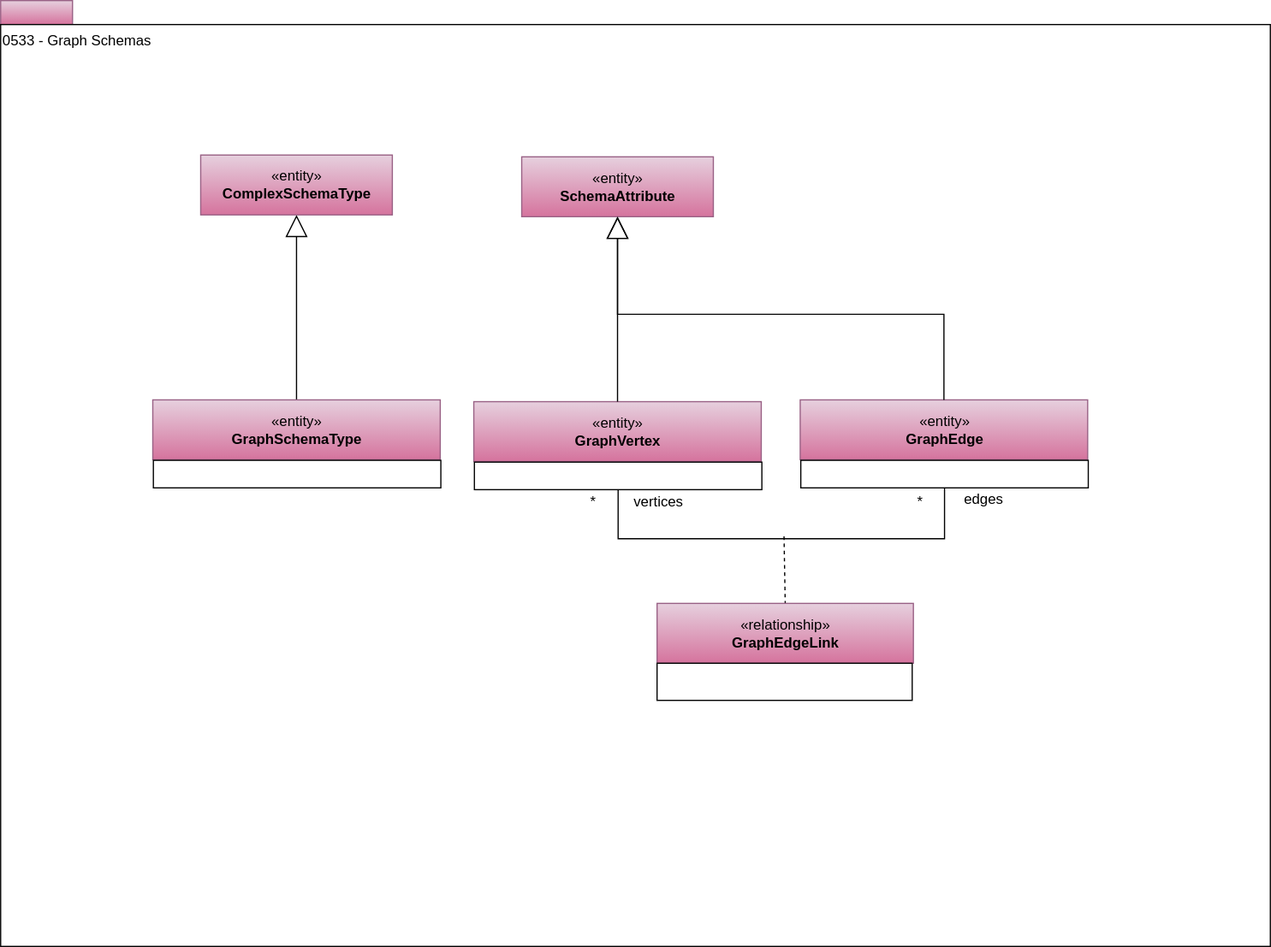
Earlier version of the draw.io export site/docs/types/5/0533-Graph-Schemas.svg (odpi/egeria-docs). Source tidied: cells renumbered, new cells last; positions are measured from the earlier drawing's top-left corner, leaving out a move shared by most shapes. The source it was exported from:
```xml
<mxGraphModel>
  <root>
    <mxCell id="0" />
    <mxCell id="1" parent="0" />
    <mxCell id="2" style="rounded=0;whiteSpace=wrap;html=1;align=left;fillColor=#e6d0de;strokeColor=#996185;gradientColor=#d5739d;" parent="1" vertex="1">
      <mxGeometry width="60" height="20" as="geometry" />
    </mxCell>
    <mxCell id="3" value="0533 - Graph Schemas" style="rounded=0;whiteSpace=wrap;html=1;align=left;verticalAlign=top;" parent="1" vertex="1">
      <mxGeometry y="20" width="1060" height="770" as="geometry" />
    </mxCell>
    <mxCell id="4" style="edgeStyle=orthogonalEdgeStyle;rounded=0;jettySize=auto;html=1;exitX=0.5;exitY=1;exitDx=0;exitDy=0;entryX=0.5;entryY=1;entryDx=0;entryDy=0;endArrow=none;endFill=0;" parent="1" edge="1" source="21" target="18">
      <mxGeometry relative="1" as="geometry">
        <Array as="points">
          <mxPoint x="788" y="449.5" />
          <mxPoint x="516" y="449.5" />
        </Array>
      </mxGeometry>
    </mxCell>
    <mxCell id="5" value="«entity»&lt;br&gt;&lt;b&gt;SchemaAttribute&lt;/b&gt;" style="html=1;strokeColor=#996185;align=center;fillColor=#e6d0de;gradientColor=#d5739d;" parent="1" vertex="1">
      <mxGeometry x="435" y="130.5" width="160" height="50" as="geometry" />
    </mxCell>
    <mxCell id="6" value="*" style="text;html=1;strokeColor=none;fillColor=none;align=center;verticalAlign=middle;whiteSpace=wrap;rounded=0;" parent="1" vertex="1">
      <mxGeometry x="748" y="408.5" width="40" height="20" as="geometry" />
    </mxCell>
    <mxCell id="7" value="edges" style="text;html=1;strokeColor=none;fillColor=none;align=center;verticalAlign=middle;whiteSpace=wrap;rounded=0;" parent="1" vertex="1">
      <mxGeometry x="787.5" y="407" width="66" height="20" as="geometry" />
    </mxCell>
    <mxCell id="8" value="*" style="text;html=1;strokeColor=none;fillColor=none;align=center;verticalAlign=middle;whiteSpace=wrap;rounded=0;" parent="1" vertex="1">
      <mxGeometry x="474.5" y="408.5" width="40" height="20" as="geometry" />
    </mxCell>
    <mxCell id="9" value="vertices" style="text;html=1;strokeColor=none;fillColor=none;align=center;verticalAlign=middle;whiteSpace=wrap;rounded=0;" parent="1" vertex="1">
      <mxGeometry x="515.5" y="408.5" width="67" height="20" as="geometry" />
    </mxCell>
    <mxCell id="10" style="endArrow=none;dashed=1;html=1;entryX=0.5;entryY=0;entryDx=0;entryDy=0;" parent="1" edge="1" target="23">
      <mxGeometry relative="1" as="geometry">
        <mxPoint x="654" y="447.5" as="sourcePoint" />
      </mxGeometry>
    </mxCell>
    <mxCell id="11" style="edgeStyle=orthogonalEdgeStyle;rounded=0;jettySize=auto;html=1;exitX=0.5;exitY=0;exitDx=0;exitDy=0;entryX=0.5;entryY=1;entryDx=0;entryDy=0;startSize=6;endArrow=block;endFill=0;endSize=16;" parent="1" edge="1" source="14" target="12">
      <mxGeometry relative="1" as="geometry" />
    </mxCell>
    <mxCell id="12" value="«entity»&lt;br&gt;&lt;b&gt;ComplexSchemaType&lt;/b&gt;" style="html=1;strokeColor=#996185;align=center;fillColor=#e6d0de;gradientColor=#d5739d;" parent="1" vertex="1">
      <mxGeometry x="167" y="129" width="160" height="50" as="geometry" />
    </mxCell>
    <mxCell id="13" style="group;" parent="1" vertex="1">
      <mxGeometry x="127" y="333.5" width="240.5" height="73.5" as="geometry" />
    </mxCell>
    <mxCell id="14" value="«entity»&lt;br&gt;&lt;b&gt;GraphSchemaType&lt;/b&gt;" style="html=1;strokeColor=#996185;align=center;fillColor=#e6d0de;gradientColor=#d5739d;" parent="13" vertex="1">
      <mxGeometry width="240" height="50" as="geometry" />
    </mxCell>
    <mxCell id="15" style="rounded=0;whiteSpace=wrap;html=1;strokeColor=#000000;gradientColor=#ffffff;align=left;" parent="13" vertex="1">
      <mxGeometry x="0.5" y="50.5" width="240" height="23" as="geometry" />
    </mxCell>
    <mxCell id="16" style="group;" parent="1" vertex="1">
      <mxGeometry x="395" y="335" width="240.5" height="73.5" as="geometry" />
    </mxCell>
    <mxCell id="17" value="«entity»&lt;br&gt;&lt;b&gt;GraphVertex&lt;/b&gt;" style="html=1;strokeColor=#996185;align=center;fillColor=#e6d0de;gradientColor=#d5739d;" parent="16" vertex="1">
      <mxGeometry width="240" height="50" as="geometry" />
    </mxCell>
    <mxCell id="18" style="rounded=0;whiteSpace=wrap;html=1;strokeColor=#000000;gradientColor=#ffffff;align=left;" parent="16" vertex="1">
      <mxGeometry x="0.5" y="50.5" width="240" height="23" as="geometry" />
    </mxCell>
    <mxCell id="19" style="group;" parent="1" vertex="1">
      <mxGeometry x="667.5" y="333.5" width="240.5" height="73.5" as="geometry" />
    </mxCell>
    <mxCell id="20" value="«entity»&lt;br&gt;&lt;b&gt;GraphEdge&lt;/b&gt;" style="html=1;strokeColor=#996185;align=center;fillColor=#e6d0de;gradientColor=#d5739d;" parent="19" vertex="1">
      <mxGeometry width="240" height="50" as="geometry" />
    </mxCell>
    <mxCell id="21" style="rounded=0;whiteSpace=wrap;html=1;strokeColor=#000000;gradientColor=#ffffff;align=left;" parent="19" vertex="1">
      <mxGeometry x="0.5" y="50.5" width="240" height="23" as="geometry" />
    </mxCell>
    <mxCell id="22" style="group;" parent="1" vertex="1">
      <mxGeometry x="548" y="503.5" width="214" height="81" as="geometry" />
    </mxCell>
    <mxCell id="23" value="«relationship»&lt;br&gt;&lt;b&gt;GraphEdgeLink&lt;/b&gt;" style="html=1;strokeColor=#996185;align=center;fillColor=#e6d0de;gradientColor=#d5739d;" parent="22" vertex="1">
      <mxGeometry width="214" height="50" as="geometry" />
    </mxCell>
    <mxCell id="24" value="&lt;div style=&quot;text-align: left&quot;&gt;&lt;br&gt;&lt;/div&gt;" style="rounded=0;whiteSpace=wrap;html=1;strokeColor=#000000;gradientColor=#ffffff;align=left;" parent="22" vertex="1">
      <mxGeometry y="50" width="213" height="31" as="geometry" />
    </mxCell>
    <mxCell id="25" style="edgeStyle=orthogonalEdgeStyle;rounded=0;jettySize=auto;html=1;exitX=0.5;exitY=0;exitDx=0;exitDy=0;entryX=0.5;entryY=1;entryDx=0;entryDy=0;startSize=6;endArrow=block;endFill=0;endSize=16;" parent="1" edge="1" source="17" target="5">
      <mxGeometry relative="1" as="geometry" />
    </mxCell>
    <mxCell id="26" style="edgeStyle=orthogonalEdgeStyle;rounded=0;jettySize=auto;html=1;exitX=0.5;exitY=0;exitDx=0;exitDy=0;startSize=6;endArrow=block;endFill=0;endSize=16;entryX=0.5;entryY=1;entryDx=0;entryDy=0;" parent="1" edge="1" source="20" target="5">
      <mxGeometry relative="1" as="geometry" />
    </mxCell>
  </root>
</mxGraphModel>
```
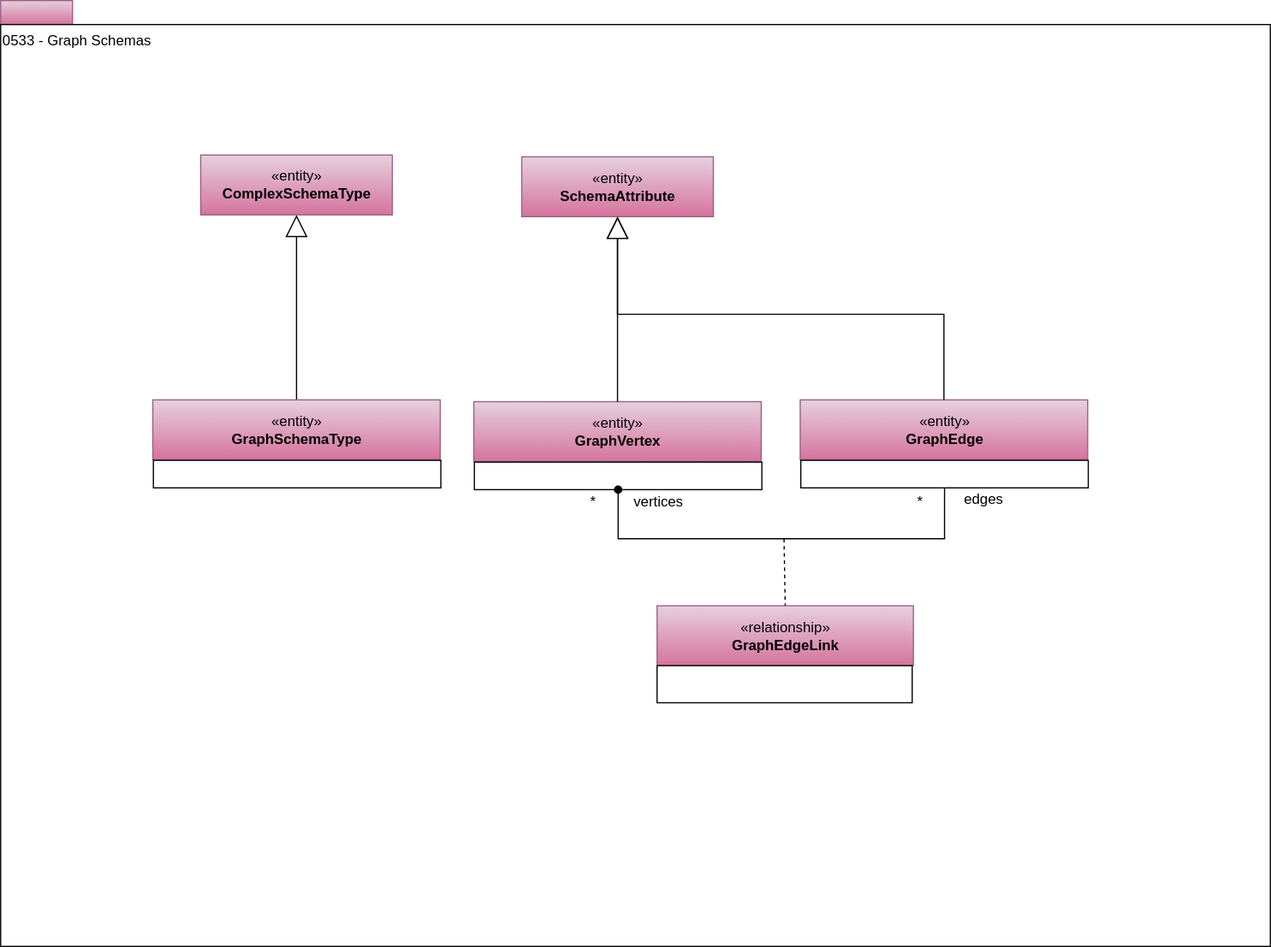
After the commit.

Diff of the diagram source:
```diff
@@ -8,81 +8,81 @@
     <mxCell id="3" value="0533 - Graph Schemas" style="rounded=0;whiteSpace=wrap;html=1;align=left;verticalAlign=top;" parent="1" vertex="1">
       <mxGeometry y="20" width="1060" height="770" as="geometry" />
     </mxCell>
-    <mxCell id="4" style="edgeStyle=orthogonalEdgeStyle;rounded=0;jettySize=auto;html=1;exitX=0.5;exitY=1;exitDx=0;exitDy=0;entryX=0.5;entryY=1;entryDx=0;entryDy=0;endArrow=none;endFill=0;" parent="1" edge="1" source="21" target="18">
-      <mxGeometry relative="1" as="geometry">
-        <Array as="points">
-          <mxPoint x="788" y="449.5" />
-          <mxPoint x="516" y="449.5" />
-        </Array>
-      </mxGeometry>
+    <mxCell id="4" value="«entity»&lt;br&gt;&lt;b&gt;SchemaAttribute&lt;/b&gt;" style="html=1;strokeColor=#996185;align=center;fillColor=#e6d0de;gradientColor=#d5739d;" parent="1" vertex="1">
+      <mxGeometry x="435" y="130.5" width="160" height="50" as="geometry" />
     </mxCell>
-    <mxCell id="5" value="«entity»&lt;br&gt;&lt;b&gt;SchemaAttribute&lt;/b&gt;" style="html=1;strokeColor=#996185;align=center;fillColor=#e6d0de;gradientColor=#d5739d;" parent="1" vertex="1">
-      <mxGeometry x="435" y="130.5" width="160" height="50" as="geometry" />
+    <mxCell id="5" value="*" style="text;html=1;strokeColor=none;fillColor=none;align=center;verticalAlign=middle;whiteSpace=wrap;rounded=0;" parent="1" vertex="1">
+      <mxGeometry x="748" y="408.5" width="40" height="20" as="geometry" />
     </mxCell>
-    <mxCell id="6" value="*" style="text;html=1;strokeColor=none;fillColor=none;align=center;verticalAlign=middle;whiteSpace=wrap;rounded=0;" parent="1" vertex="1">
-      <mxGeometry x="748" y="408.5" width="40" height="20" as="geometry" />
+    <mxCell id="6" value="edges" style="text;html=1;strokeColor=none;fillColor=none;align=center;verticalAlign=middle;whiteSpace=wrap;rounded=0;" parent="1" vertex="1">
+      <mxGeometry x="787.5" y="407" width="66" height="20" as="geometry" />
     </mxCell>
-    <mxCell id="7" value="edges" style="text;html=1;strokeColor=none;fillColor=none;align=center;verticalAlign=middle;whiteSpace=wrap;rounded=0;" parent="1" vertex="1">
-      <mxGeometry x="787.5" y="407" width="66" height="20" as="geometry" />
+    <mxCell id="7" value="*" style="text;html=1;strokeColor=none;fillColor=none;align=center;verticalAlign=middle;whiteSpace=wrap;rounded=0;" parent="1" vertex="1">
+      <mxGeometry x="474.5" y="408.5" width="40" height="20" as="geometry" />
     </mxCell>
-    <mxCell id="8" value="*" style="text;html=1;strokeColor=none;fillColor=none;align=center;verticalAlign=middle;whiteSpace=wrap;rounded=0;" parent="1" vertex="1">
-      <mxGeometry x="474.5" y="408.5" width="40" height="20" as="geometry" />
+    <mxCell id="8" value="vertices" style="text;html=1;strokeColor=none;fillColor=none;align=center;verticalAlign=middle;whiteSpace=wrap;rounded=0;" parent="1" vertex="1">
+      <mxGeometry x="515.5" y="408.5" width="67" height="20" as="geometry" />
     </mxCell>
-    <mxCell id="9" value="vertices" style="text;html=1;strokeColor=none;fillColor=none;align=center;verticalAlign=middle;whiteSpace=wrap;rounded=0;" parent="1" vertex="1">
-      <mxGeometry x="515.5" y="408.5" width="67" height="20" as="geometry" />
+    <mxCell id="9" style="endArrow=none;dashed=1;html=1;entryX=0.5;entryY=0;entryDx=0;entryDy=0;" parent="1" edge="1" target="22">
+      <mxGeometry relative="1" as="geometry">
+        <mxPoint x="654" y="449.5" as="sourcePoint" />
+      </mxGeometry>
     </mxCell>
-    <mxCell id="10" style="endArrow=none;dashed=1;html=1;entryX=0.5;entryY=0;entryDx=0;entryDy=0;" parent="1" edge="1" target="23">
-      <mxGeometry relative="1" as="geometry">
-        <mxPoint x="654" y="447.5" as="sourcePoint" />
-      </mxGeometry>
+    <mxCell id="10" style="edgeStyle=orthogonalEdgeStyle;rounded=0;jettySize=auto;html=1;exitX=0.5;exitY=0;exitDx=0;exitDy=0;entryX=0.5;entryY=1;entryDx=0;entryDy=0;startSize=6;endArrow=block;endFill=0;endSize=16;" parent="1" edge="1" source="13" target="11">
+      <mxGeometry relative="1" as="geometry" />
     </mxCell>
-    <mxCell id="11" style="edgeStyle=orthogonalEdgeStyle;rounded=0;jettySize=auto;html=1;exitX=0.5;exitY=0;exitDx=0;exitDy=0;entryX=0.5;entryY=1;entryDx=0;entryDy=0;startSize=6;endArrow=block;endFill=0;endSize=16;" parent="1" edge="1" source="14" target="12">
-      <mxGeometry relative="1" as="geometry" />
+    <mxCell id="11" value="«entity»&lt;br&gt;&lt;b&gt;ComplexSchemaType&lt;/b&gt;" style="html=1;strokeColor=#996185;align=center;fillColor=#e6d0de;gradientColor=#d5739d;" parent="1" vertex="1">
+      <mxGeometry x="167" y="129" width="160" height="50" as="geometry" />
     </mxCell>
-    <mxCell id="12" value="«entity»&lt;br&gt;&lt;b&gt;ComplexSchemaType&lt;/b&gt;" style="html=1;strokeColor=#996185;align=center;fillColor=#e6d0de;gradientColor=#d5739d;" parent="1" vertex="1">
-      <mxGeometry x="167" y="129" width="160" height="50" as="geometry" />
+    <mxCell id="12" style="group;" parent="1" vertex="1">
+      <mxGeometry x="127" y="333.5" width="240.5" height="73.5" as="geometry" />
     </mxCell>
-    <mxCell id="13" style="group;" parent="1" vertex="1">
-      <mxGeometry x="127" y="333.5" width="240.5" height="73.5" as="geometry" />
+    <mxCell id="13" value="«entity»&lt;br&gt;&lt;b&gt;GraphSchemaType&lt;/b&gt;" style="html=1;strokeColor=#996185;align=center;fillColor=#e6d0de;gradientColor=#d5739d;" parent="12" vertex="1">
+      <mxGeometry width="240" height="50" as="geometry" />
     </mxCell>
-    <mxCell id="14" value="«entity»&lt;br&gt;&lt;b&gt;GraphSchemaType&lt;/b&gt;" style="html=1;strokeColor=#996185;align=center;fillColor=#e6d0de;gradientColor=#d5739d;" parent="13" vertex="1">
-      <mxGeometry width="240" height="50" as="geometry" />
+    <mxCell id="14" style="rounded=0;whiteSpace=wrap;html=1;strokeColor=#000000;gradientColor=#ffffff;align=left;" parent="12" vertex="1">
+      <mxGeometry x="0.5" y="50.5" width="240" height="23" as="geometry" />
     </mxCell>
-    <mxCell id="15" style="rounded=0;whiteSpace=wrap;html=1;strokeColor=#000000;gradientColor=#ffffff;align=left;" parent="13" vertex="1">
-      <mxGeometry x="0.5" y="50.5" width="240" height="23" as="geometry" />
+    <mxCell id="15" style="group;" parent="1" vertex="1">
+      <mxGeometry x="395" y="335" width="240.5" height="73.5" as="geometry" />
     </mxCell>
-    <mxCell id="16" style="group;" parent="1" vertex="1">
-      <mxGeometry x="395" y="335" width="240.5" height="73.5" as="geometry" />
+    <mxCell id="16" value="«entity»&lt;br&gt;&lt;b&gt;GraphVertex&lt;/b&gt;" style="html=1;strokeColor=#996185;align=center;fillColor=#e6d0de;gradientColor=#d5739d;" parent="15" vertex="1">
+      <mxGeometry width="240" height="50" as="geometry" />
     </mxCell>
-    <mxCell id="17" value="«entity»&lt;br&gt;&lt;b&gt;GraphVertex&lt;/b&gt;" style="html=1;strokeColor=#996185;align=center;fillColor=#e6d0de;gradientColor=#d5739d;" parent="16" vertex="1">
-      <mxGeometry width="240" height="50" as="geometry" />
+    <mxCell id="17" style="rounded=0;whiteSpace=wrap;html=1;strokeColor=#000000;gradientColor=#ffffff;align=left;" parent="15" vertex="1">
+      <mxGeometry x="0.5" y="50.5" width="240" height="23" as="geometry" />
     </mxCell>
-    <mxCell id="18" style="rounded=0;whiteSpace=wrap;html=1;strokeColor=#000000;gradientColor=#ffffff;align=left;" parent="16" vertex="1">
-      <mxGeometry x="0.5" y="50.5" width="240" height="23" as="geometry" />
+    <mxCell id="18" style="group;" parent="1" vertex="1">
+      <mxGeometry x="667.5" y="333.5" width="240.5" height="73.5" as="geometry" />
     </mxCell>
-    <mxCell id="19" style="group;" parent="1" vertex="1">
-      <mxGeometry x="667.5" y="333.5" width="240.5" height="73.5" as="geometry" />
+    <mxCell id="19" value="«entity»&lt;br&gt;&lt;b&gt;GraphEdge&lt;/b&gt;" style="html=1;strokeColor=#996185;align=center;fillColor=#e6d0de;gradientColor=#d5739d;" parent="18" vertex="1">
+      <mxGeometry width="240" height="50" as="geometry" />
     </mxCell>
-    <mxCell id="20" value="«entity»&lt;br&gt;&lt;b&gt;GraphEdge&lt;/b&gt;" style="html=1;strokeColor=#996185;align=center;fillColor=#e6d0de;gradientColor=#d5739d;" parent="19" vertex="1">
-      <mxGeometry width="240" height="50" as="geometry" />
+    <mxCell id="20" style="rounded=0;whiteSpace=wrap;html=1;strokeColor=#000000;gradientColor=#ffffff;align=left;" parent="18" vertex="1">
+      <mxGeometry x="0.5" y="50.5" width="240" height="23" as="geometry" />
     </mxCell>
-    <mxCell id="21" style="rounded=0;whiteSpace=wrap;html=1;strokeColor=#000000;gradientColor=#ffffff;align=left;" parent="19" vertex="1">
-      <mxGeometry x="0.5" y="50.5" width="240" height="23" as="geometry" />
+    <mxCell id="21" style="group;" parent="1" vertex="1">
+      <mxGeometry x="548" y="505.5" width="214" height="81" as="geometry" />
     </mxCell>
-    <mxCell id="22" style="group;" parent="1" vertex="1">
-      <mxGeometry x="548" y="503.5" width="214" height="81" as="geometry" />
+    <mxCell id="22" value="«relationship»&lt;br&gt;&lt;b&gt;GraphEdgeLink&lt;/b&gt;" style="html=1;strokeColor=#996185;align=center;fillColor=#e6d0de;gradientColor=#d5739d;" parent="21" vertex="1">
+      <mxGeometry width="214" height="50" as="geometry" />
     </mxCell>
-    <mxCell id="23" value="«relationship»&lt;br&gt;&lt;b&gt;GraphEdgeLink&lt;/b&gt;" style="html=1;strokeColor=#996185;align=center;fillColor=#e6d0de;gradientColor=#d5739d;" parent="22" vertex="1">
-      <mxGeometry width="214" height="50" as="geometry" />
+    <mxCell id="23" value="&lt;div style=&quot;text-align: left&quot;&gt;&lt;br&gt;&lt;/div&gt;" style="rounded=0;whiteSpace=wrap;html=1;strokeColor=#000000;gradientColor=#ffffff;align=left;" parent="21" vertex="1">
+      <mxGeometry y="50" width="213" height="31" as="geometry" />
     </mxCell>
-    <mxCell id="24" value="&lt;div style=&quot;text-align: left&quot;&gt;&lt;br&gt;&lt;/div&gt;" style="rounded=0;whiteSpace=wrap;html=1;strokeColor=#000000;gradientColor=#ffffff;align=left;" parent="22" vertex="1">
-      <mxGeometry y="50" width="213" height="31" as="geometry" />
+    <mxCell id="24" style="edgeStyle=orthogonalEdgeStyle;rounded=0;jettySize=auto;html=1;exitX=0.5;exitY=0;exitDx=0;exitDy=0;entryX=0.5;entryY=1;entryDx=0;entryDy=0;startSize=6;endArrow=block;endFill=0;endSize=16;" parent="1" edge="1" source="16" target="4">
+      <mxGeometry relative="1" as="geometry" />
     </mxCell>
-    <mxCell id="25" style="edgeStyle=orthogonalEdgeStyle;rounded=0;jettySize=auto;html=1;exitX=0.5;exitY=0;exitDx=0;exitDy=0;entryX=0.5;entryY=1;entryDx=0;entryDy=0;startSize=6;endArrow=block;endFill=0;endSize=16;" parent="1" edge="1" source="17" target="5">
+    <mxCell id="25" style="edgeStyle=orthogonalEdgeStyle;rounded=0;jettySize=auto;html=1;exitX=0.5;exitY=0;exitDx=0;exitDy=0;startSize=6;endArrow=block;endFill=0;endSize=16;entryX=0.5;entryY=1;entryDx=0;entryDy=0;" parent="1" edge="1" source="19" target="4">
       <mxGeometry relative="1" as="geometry" />
     </mxCell>
-    <mxCell id="26" style="edgeStyle=orthogonalEdgeStyle;rounded=0;jettySize=auto;html=1;exitX=0.5;exitY=0;exitDx=0;exitDy=0;startSize=6;endArrow=block;endFill=0;endSize=16;entryX=0.5;entryY=1;entryDx=0;entryDy=0;" parent="1" edge="1" source="20" target="5">
-      <mxGeometry relative="1" as="geometry" />
+    <mxCell id="26" style="edgeStyle=orthogonalEdgeStyle;rounded=0;jettySize=auto;html=1;exitX=0.5;exitY=1;exitDx=0;exitDy=0;entryX=0.5;entryY=1;entryDx=0;entryDy=0;endArrow=oval;endFill=1;" parent="1" edge="1" source="20" target="17">
+      <mxGeometry relative="1" as="geometry">
+        <Array as="points">
+          <mxPoint x="788" y="449.5" />
+          <mxPoint x="516" y="449.5" />
+        </Array>
+      </mxGeometry>
     </mxCell>
   </root>
 </mxGraphModel>
```
